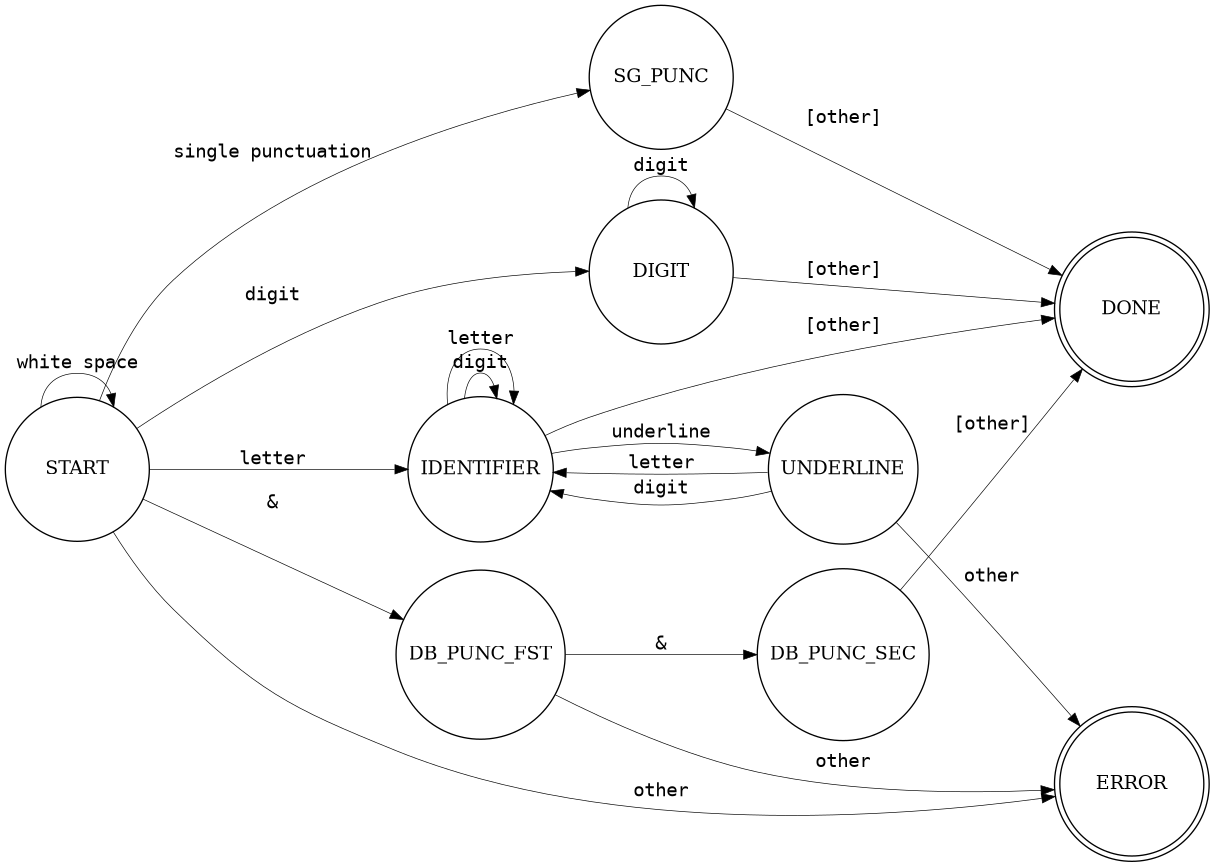
Before: lab1-lexer/documents/total.png, a diagram exported from Graphviz (TangliziGit/compiler-experiments). Its source is kept beside it as lab1-lexer/documents/total.dot.
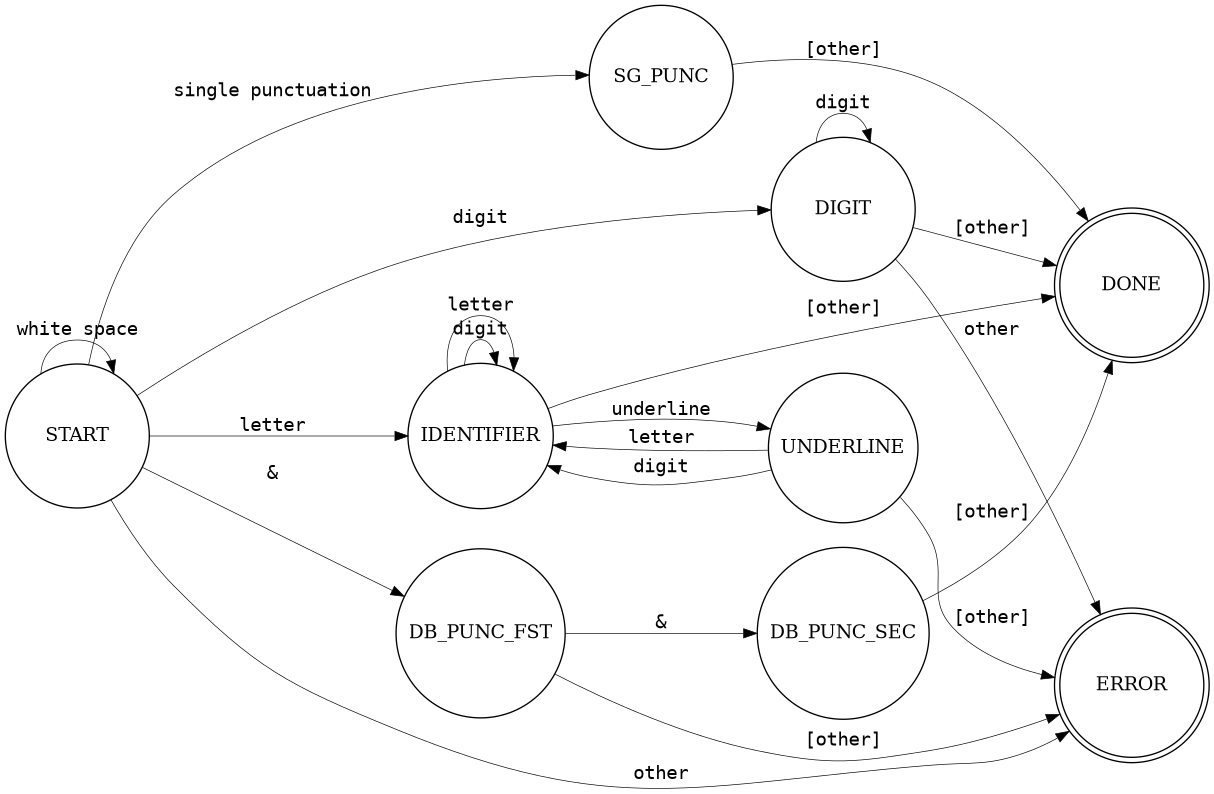
Later version of the same file.

Commit message:
fix dfa.dot and source code, floating numbers are not supported, should be an error

What changed in the source:
```diff
@@ -22,6 +22,7 @@
         START -> DIGIT [label="digit"];
         DIGIT -> DIGIT [label="digit"];
         DIGIT -> DONE  [label="[other]"];
+        DIGIT -> ERROR [label="other"];
 
         START -> IDENTIFIER         [label="letter"];
         IDENTIFIER -> IDENTIFIER    [label="digit"];
@@ -30,7 +31,7 @@
         UNDERLINE -> IDENTIFIER     [label="letter"];
         UNDERLINE -> IDENTIFIER     [label="digit"];
         IDENTIFIER -> DONE          [label="[other]"];
-        UNDERLINE -> ERROR          [label="other"];
+        UNDERLINE -> ERROR          [label="[other]"];
 
         START -> SG_PUNC            [label="single punctuation"];
         SG_PUNC -> DONE             [label="[other]"];
@@ -38,6 +39,6 @@
         START -> DB_PUNC_FST        [label="&"];
         DB_PUNC_FST -> DB_PUNC_SEC  [label="&"];
         DB_PUNC_SEC -> DONE         [label="[other]"];
-        DB_PUNC_FST -> ERROR        [label="other"];
+        DB_PUNC_FST -> ERROR        [label="[other]"];
     }
 }
```
